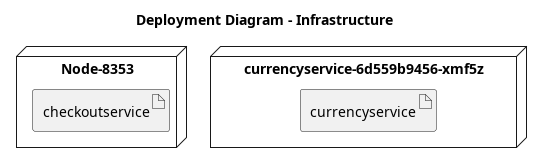
Earlier version of the PlantUML export diagrams/deployment-checkout.png (HiImLuxifer/UML_Generator). The source it was exported from:
```plantuml
@startuml
title Deployment Diagram - Infrastructure

node "Node-8353" {
  artifact "checkoutservice"
}

node "currencyservice-6d559b9456-xmf5z" {
  artifact "currencyservice"
}


@enduml
```
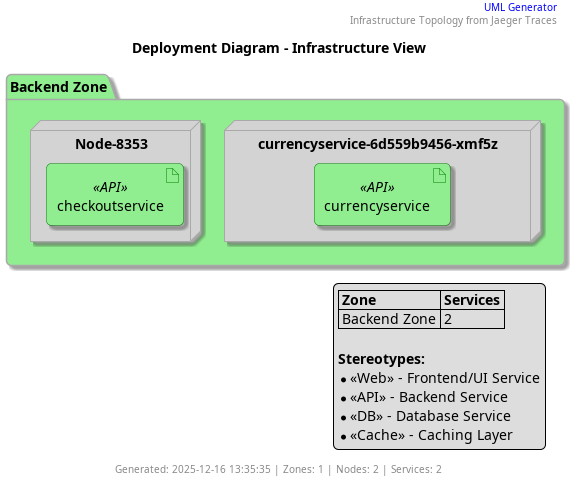
After the commit.

What changed in the source:
```diff
@@ -1,13 +1,46 @@
 @startuml
-title Deployment Diagram - Infrastructure
 
-node "Node-8353" {
-  artifact "checkoutservice"
-}
+skinparam nodeBackgroundColor LightSkyBlue
+skinparam nodeBorderColor DeepSkyBlue
+skinparam artifactBackgroundColor LightGreen
+skinparam artifactBorderColor Green
+skinparam componentBackgroundColor LightYellow
+skinparam packageBackgroundColor LightGray
+skinparam packageBorderColor DarkGray
+skinparam stereotypeCBackgroundColor YellowGreen
+skinparam shadowing true
+skinparam roundcorner 10
 
-node "currencyservice-6d559b9456-xmf5z" {
-  artifact "currencyservice"
+title Deployment Diagram - Infrastructure View
+
+header
+  <font color=blue>UML Generator</font>
+  Infrastructure Topology from Jaeger Traces
+endheader
+
+package "Backend Zone" #LightGreen {
+  node "Node-8353" {
+    artifact "checkoutservice" <<API>>
+  }
+  node "currencyservice-6d559b9456-xmf5z" {
+    artifact "currencyservice" <<API>>
+  }
 }
 
 
+legend right
+  |= Zone |= Services |
+  | Backend Zone | 2 |
+
+  **Stereotypes:**
+  * <<Web>> - Frontend/UI Service
+  * <<API>> - Backend Service
+  * <<DB>> - Database Service
+  * <<Cache>> - Caching Layer
+endlegend
+
+footer
+  Generated: 2025-12-16 13:35:35 | Zones: 1 | Nodes: 2 | Services: 2
+endfooter
+
 @enduml
```
